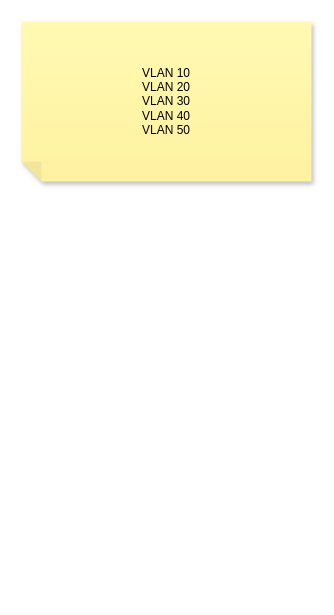
donhaklee/CloudStudy keeps this draw.io diagram as cloudnetwork.drawio. Above is the earlier version. Source tidied: cells renumbered, new cells numbered last; positions are measured from the earlier drawing's top-left corner, leaving out a move shared by most shapes. Both pictures are drawn from the tidied source at 100%, with x=0, y=0 at pixel (21, 21).
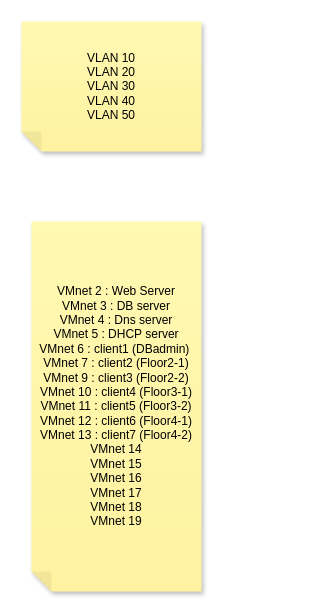
After the change.

What changed in the source:
```diff
@@
 <mxGraphModel>
   <root>
     <mxCell id="0" />
     <mxCell id="1" parent="0" />
     <mxCell id="2" value="VLAN 10&lt;br&gt;VLAN 20&lt;br&gt;VLAN 30&lt;br&gt;VLAN 40&lt;br&gt;VLAN 50" style="shape=note;whiteSpace=wrap;html=1;backgroundOutline=1;fontColor=#000000;darkOpacity=0.05;fillColor=#FFF9B2;strokeColor=none;fillStyle=solid;direction=west;gradientDirection=north;gradientColor=#FFF2A1;shadow=1;size=20;" parent="1" vertex="1">
-      <mxGeometry width="290" height="160" as="geometry" />
+      <mxGeometry width="180" height="130" as="geometry" />
     </mxCell>
+    <mxCell id="3" value="VMnet 2 : Web Server&lt;br&gt;VMnet 3 : DB server&lt;br&gt;VMnet 4 : Dns server&lt;br&gt;&lt;div style=&quot;&quot;&gt;&lt;span style=&quot;background-color: initial;&quot;&gt;VMnet 5 : DHCP server&lt;/span&gt;&lt;/div&gt;VMnet 6 : client1 (DBadmin)&amp;nbsp;&lt;br&gt;VMnet 7 : client2 (Floor2-1)&lt;br&gt;VMnet 9 : client3 (Floor2-2)&lt;br&gt;VMnet 10 : client4 (Floor3-1)&lt;br&gt;VMnet 11 : client5 (Floor3-2)&lt;br&gt;VMnet 12 : client6 (Floor4-1)&lt;br&gt;VMnet 13 : client7 (Floor4-2)&lt;br&gt;VMnet 14&lt;br&gt;VMnet 15&lt;br&gt;VMnet 16&lt;br&gt;VMnet 17&lt;br&gt;VMnet 18&lt;br&gt;VMnet 19" style="shape=note;whiteSpace=wrap;html=1;backgroundOutline=1;fontColor=#000000;darkOpacity=0.05;fillColor=#FFF9B2;strokeColor=none;fillStyle=solid;direction=west;gradientDirection=north;gradientColor=#FFF2A1;shadow=1;size=20;align=center;" parent="1" vertex="1">
+      <mxGeometry x="10" y="200" width="170" height="370" as="geometry" />
+    </mxCell>
   </root>
 </mxGraphModel>
```
